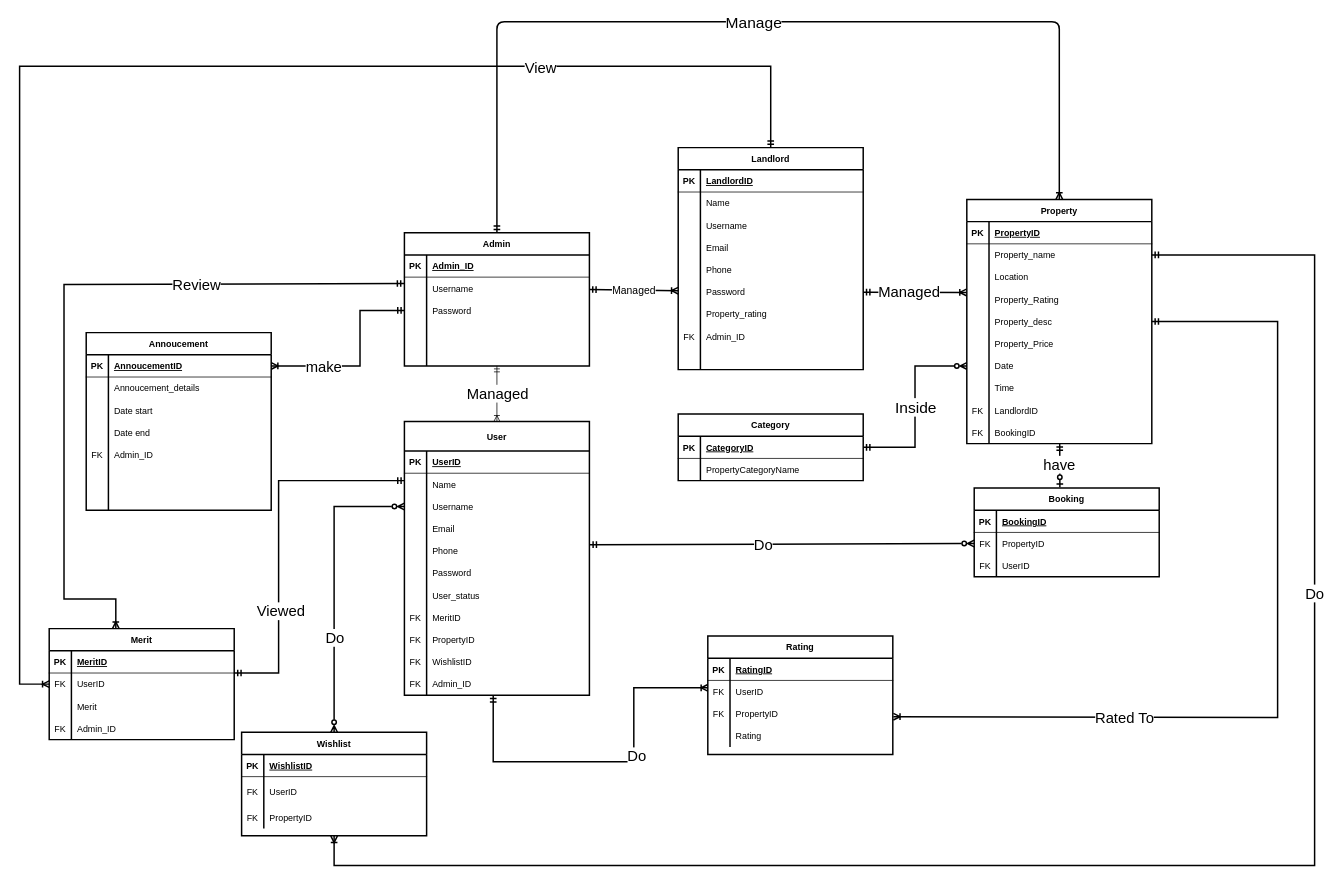
The draw.io diagram DFD FYP/ERD.drawio in SNOW15782/Fyp, before the edit. Source tidied: cells renumbered, new cells numbered last; positions are measured from the earlier drawing's top-left corner, leaving out a move shared by most shapes. Both pictures are drawn from the tidied source at 74%, with x=0, y=0 at pixel (19, 21).
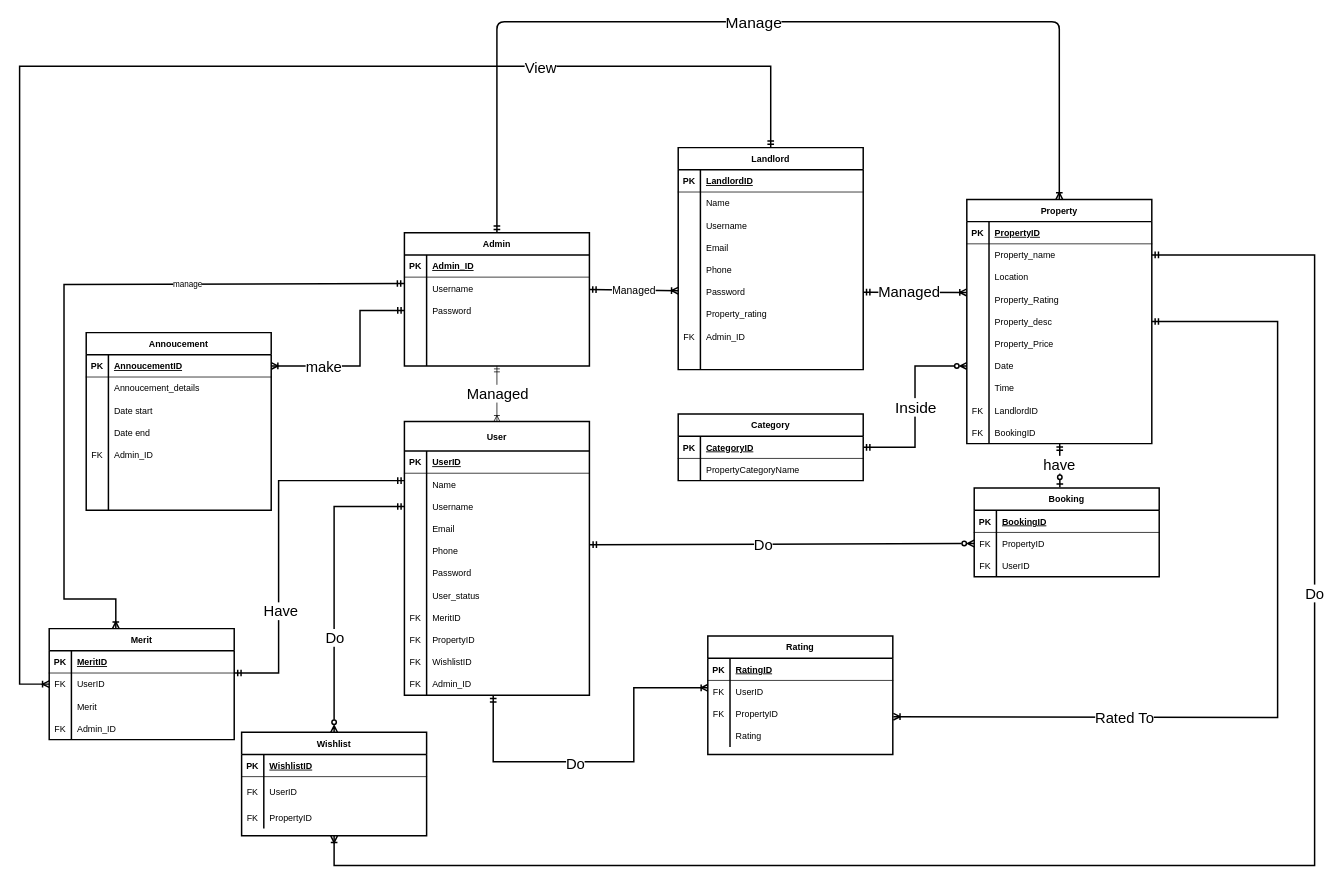
Above is the later version.

Unchanged cells that the change refers to:
```xml
<mxCell id="2" style="edgeStyle=none;rounded=0;html=1;startArrow=ERmandOne;startFill=0;endArrow=ERmandOne;endFill=0;exitX=1.001;exitY=-0.003;exitDx=0;exitDy=0;exitPerimeter=0;strokeWidth=2;" parent="1" edge="1" source="8">
  <mxGeometry relative="1" as="geometry">
    <mxPoint x="520" y="620" as="targetPoint" />
    <Array as="points">
      <mxPoint x="350" y="880" />
      <mxPoint x="350" y="620" />
    </Array>
  </mxGeometry>
</mxCell>
<mxCell id="19" style="edgeStyle=none;html=1;entryX=0;entryY=0.333;entryDx=0;entryDy=0;startArrow=ERmandOne;startFill=0;endArrow=ERoneToMany;endFill=0;rounded=0;entryPerimeter=0;exitX=0.48;exitY=1;exitDx=0;exitDy=0;exitPerimeter=0;strokeWidth=2;" parent="1" edge="1" source="52" target="196">
  <mxGeometry relative="1" as="geometry">
    <Array as="points">
      <mxPoint x="640" y="1000" />
      <mxPoint x="830" y="1000" />
      <mxPoint x="830" y="900" />
    </Array>
  </mxGeometry>
</mxCell>
<mxCell id="28" style="shape=partialRectangle;fillColor=none;points=[[0,0.5],[1,0.5]];portConstraint=eastwest;top=0;left=0;right=0;bottom=0;" parent="21" vertex="1">
  <mxGeometry y="100" width="250" height="30" as="geometry" />
</mxCell>
<mxCell id="89" style="edgeStyle=none;rounded=0;html=1;entryX=0.36;entryY=0;entryDx=0;entryDy=0;fontSize=20;startArrow=ERmandOne;startFill=0;endArrow=ERoneToMany;endFill=0;exitX=-0.002;exitY=0.287;exitDx=0;exitDy=0;entryPerimeter=0;jumpStyle=arc;jumpSize=20;exitPerimeter=0;strokeWidth=2;" parent="1" edge="1" source="97" target="4">
  <mxGeometry relative="1" as="geometry">
    <Array as="points">
      <mxPoint x="60" y="355" />
      <mxPoint x="60" y="780" />
      <mxPoint x="130" y="780" />
    </Array>
  </mxGeometry>
</mxCell>
<mxCell id="182" value="Wishlist" style="shape=table;startSize=30;childLayout=tableLayout;rowLines=0;fontStyle=1;align=center;strokeWidth=2;" parent="1" vertex="1">
  <mxGeometry x="300" y="960" width="250" height="140" as="geometry" />
</mxCell>
```

Change to the diagram source:
```diff
@@
-    <mxCell id="3" value="&lt;font style=&quot;font-size: 20px;&quot;&gt;Viewed&lt;/font&gt;" style="edgeLabel;html=1;align=center;verticalAlign=middle;" parent="2" vertex="1">
+    <mxCell id="3" value="&lt;font style=&quot;font-size: 20px;&quot;&gt;Have&lt;/font&gt;" style="edgeLabel;html=1;align=center;verticalAlign=middle;" parent="2" vertex="1">
       <mxGeometry x="-0.07" y="-2" relative="1" as="geometry">
         <mxPoint y="84" as="offset" />
       </mxGeometry>
     </mxCell>
@@
-    <mxCell id="17" style="edgeStyle=none;html=1;entryX=0.5;entryY=0;entryDx=0;entryDy=0;startArrow=ERzeroToMany;startFill=0;endArrow=ERzeroToMany;endFill=0;rounded=0;exitX=0;exitY=0.5;exitDx=0;exitDy=0;strokeWidth=2;" parent="1" edge="1" source="28" target="182">
+    <mxCell id="17" style="edgeStyle=none;html=1;entryX=0.5;entryY=0;entryDx=0;entryDy=0;startArrow=ERmandOne;startFill=0;endArrow=ERzeroToMany;endFill=0;rounded=0;exitX=0;exitY=0.5;exitDx=0;exitDy=0;strokeWidth=2;" parent="1" edge="1" source="28" target="182">
       <mxGeometry relative="1" as="geometry">
         <Array as="points">
           <mxPoint x="425" y="655" />
         </Array>
       </mxGeometry>
     </mxCell>
@@
     <mxCell id="20" value="&lt;font style=&quot;font-size: 20px;&quot;&gt;Do&lt;/font&gt;" style="edgeLabel;html=1;align=center;verticalAlign=middle;" parent="19" vertex="1">
       <mxGeometry x="0.19" y="-3" relative="1" as="geometry">
-        <mxPoint y="-3" as="offset" />
+        <mxPoint x="-83" y="7" as="offset" />
       </mxGeometry>
     </mxCell>
@@
-    <mxCell id="90" value="Review" style="edgeLabel;html=1;align=center;verticalAlign=middle;fontSize=20;" parent="89" vertex="1">
-      <mxGeometry x="-0.41" y="-2" relative="1" as="geometry">
-        <mxPoint x="12" y="2" as="offset" />
-      </mxGeometry>
-    </mxCell>
+    <mxCell id="216" value="manage" style="edgeLabel;html=1;align=center;verticalAlign=middle;" parent="89" vertex="1">
+      <mxGeometry x="-0.41" relative="1" as="geometry" />
+    </mxCell>
```
